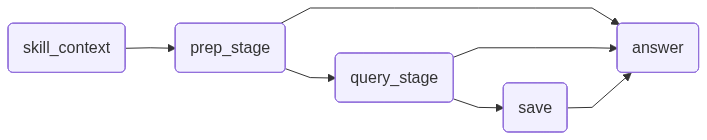
Before: artifacts/graphs/orchestrator-graph.png, a diagram exported from Mermaid (teron131/tabuflow). Its source is kept beside it as artifacts/graphs/orchestrator-graph.mmd.
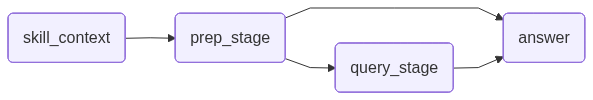
Later version of the same file.

Change to the diagram source:
```diff
@@ -7,13 +7,10 @@
 	skill_context(skill_context)
 	prep_stage(prep_stage)
 	query_stage(query_stage)
-	save(save)
 	answer(answer)
 	prep_stage --> answer;
 	prep_stage --> query_stage;
 	query_stage --> answer;
-	query_stage --> save;
-	save --> answer;
 	skill_context --> prep_stage;
 	classDef default fill:#f2f0ff,line-height:1.2
 	classDef first fill-opacity:0
```
